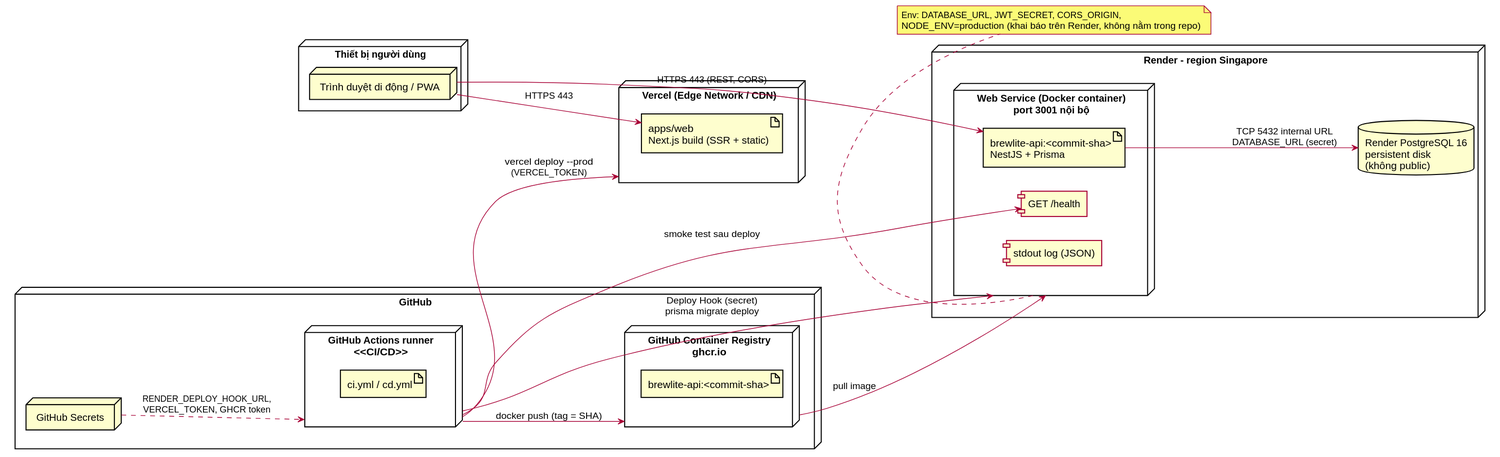
The PlantUML diagram docs/architecture/deployment.svg in dinh-hung-116/BrewLite-Assignment2, before a commit.
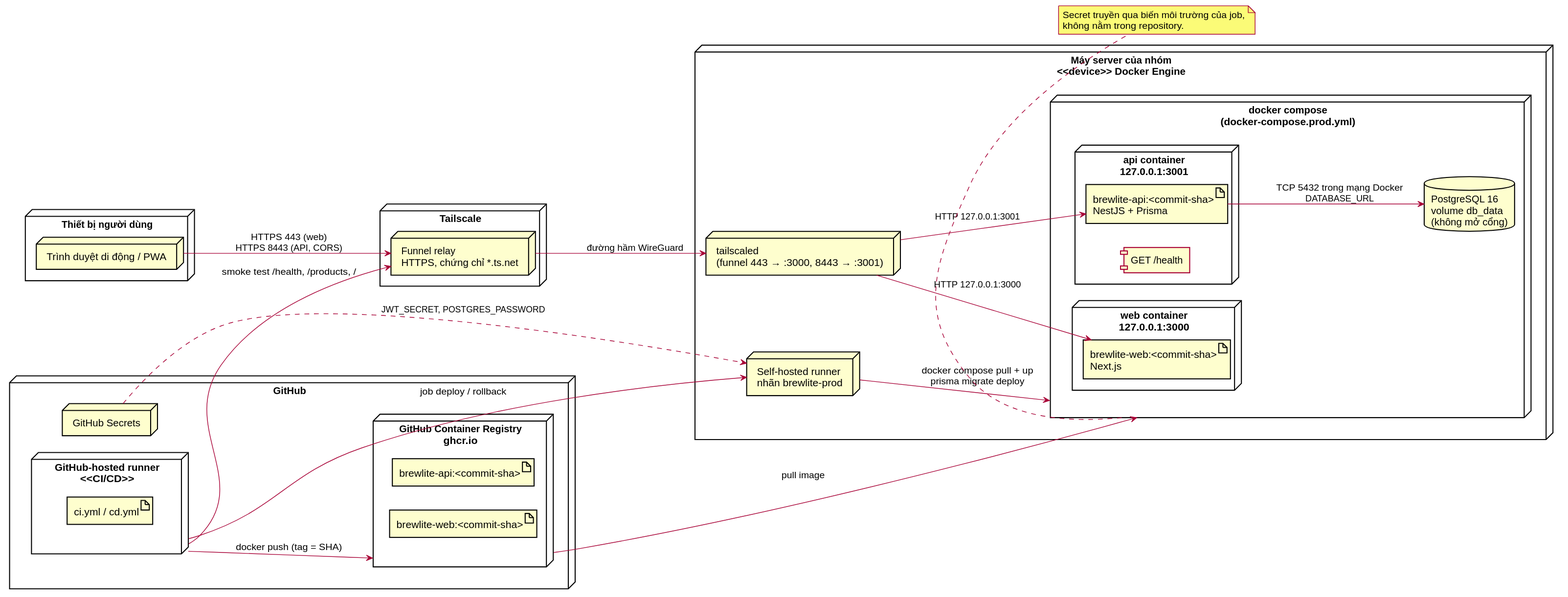
Later version of the same file.

What changed in the source:
```diff
@@ -6,41 +6,50 @@
   node "Trình duyệt di động / PWA" as Browser
 }
 
+node "Tailscale" as TS {
+  node "Funnel relay\nHTTPS, chứng chỉ *.ts.net" as Funnel
+}
+
 node "GitHub" as GH {
-  node "GitHub Actions runner\n<<CI/CD>>" as Runner {
+  node "GitHub-hosted runner\n<<CI/CD>>" as Runner {
     artifact "ci.yml / cd.yml" as WF
   }
   node "GitHub Container Registry\nghcr.io" as GHCR {
-    artifact "brewlite-api:<commit-sha>" as Img
+    artifact "brewlite-api:<commit-sha>" as ImgApi
+    artifact "brewlite-web:<commit-sha>" as ImgWeb
   }
   node "GitHub Secrets" as Sec
 }
 
-node "Vercel (Edge Network / CDN)" as Vercel {
-  artifact "apps/web\nNext.js build (SSR + static)" as WebArt
+node "Máy server của nhóm\n<<device>> Docker Engine" as Server {
+  node "tailscaled\n(funnel 443 → :3000, 8443 → :3001)" as TSD
+  node "Self-hosted runner\nnhãn brewlite-prod" as SHR
+  node "docker compose\n(docker-compose.prod.yml)" as Compose {
+    node "web container\n127.0.0.1:3000" as WebNode {
+      artifact "brewlite-web:<commit-sha>\nNext.js" as WebArt
+    }
+    node "api container\n127.0.0.1:3001" as ApiNode {
+      artifact "brewlite-api:<commit-sha>\nNestJS + Prisma" as ApiArt
+      component "GET /health" as Health
+    }
+    database "PostgreSQL 16\nvolume db_data\n(không mở cổng)" as PG
+  }
 }
 
-node "Render - region Singapore" as Render {
-  node "Web Service (Docker container)\nport 3001 nội bộ" as ApiNode {
-    artifact "brewlite-api:<commit-sha>\nNestJS + Prisma" as ApiArt
-    component "GET /health" as Health
-    component "stdout log (JSON)" as Log
-  }
-  database "Render PostgreSQL 16\npersistent disk\n(không public)" as PG
-}
+Browser --> Funnel : HTTPS 443 (web)\nHTTPS 8443 (API, CORS)
+Funnel --> TSD : đường hầm WireGuard
+TSD --> WebArt : HTTP 127.0.0.1:3000
+TSD --> ApiArt : HTTP 127.0.0.1:3001
+ApiArt --> PG : TCP 5432 trong mạng Docker\nDATABASE_URL
+Runner --> GHCR : docker push (tag = SHA)
+Runner --> SHR : job deploy / rollback
+SHR --> Compose : docker compose pull + up\nprisma migrate deploy
+GHCR --> Compose : pull image
+Runner --> Funnel : smoke test /health, /products, /
+Sec ..> SHR : JWT_SECRET, POSTGRES_PASSWORD
 
-Browser --> WebArt : HTTPS 443
-Browser --> ApiArt : HTTPS 443 (REST, CORS)
-ApiArt --> PG : TCP 5432 internal URL\nDATABASE_URL (secret)
-Runner --> GHCR : docker push (tag = SHA)
-Runner --> ApiNode : Deploy Hook (secret)\nprisma migrate deploy
-Runner --> Vercel : vercel deploy --prod\n(VERCEL_TOKEN)
-Runner --> Health : smoke test sau deploy
-GHCR --> ApiNode : pull image
-Sec ..> Runner : RENDER_DEPLOY_HOOK_URL,\nVERCEL_TOKEN, GHCR token
-
-note bottom of ApiNode
-  Env: DATABASE_URL, JWT_SECRET, CORS_ORIGIN,
-  NODE_ENV=production (khai báo trên Render, không nằm trong repo)
+note bottom of Compose
+  Secret truyền qua biến môi trường của job,
+  không nằm trong repository.
 end note
 @enduml
```
